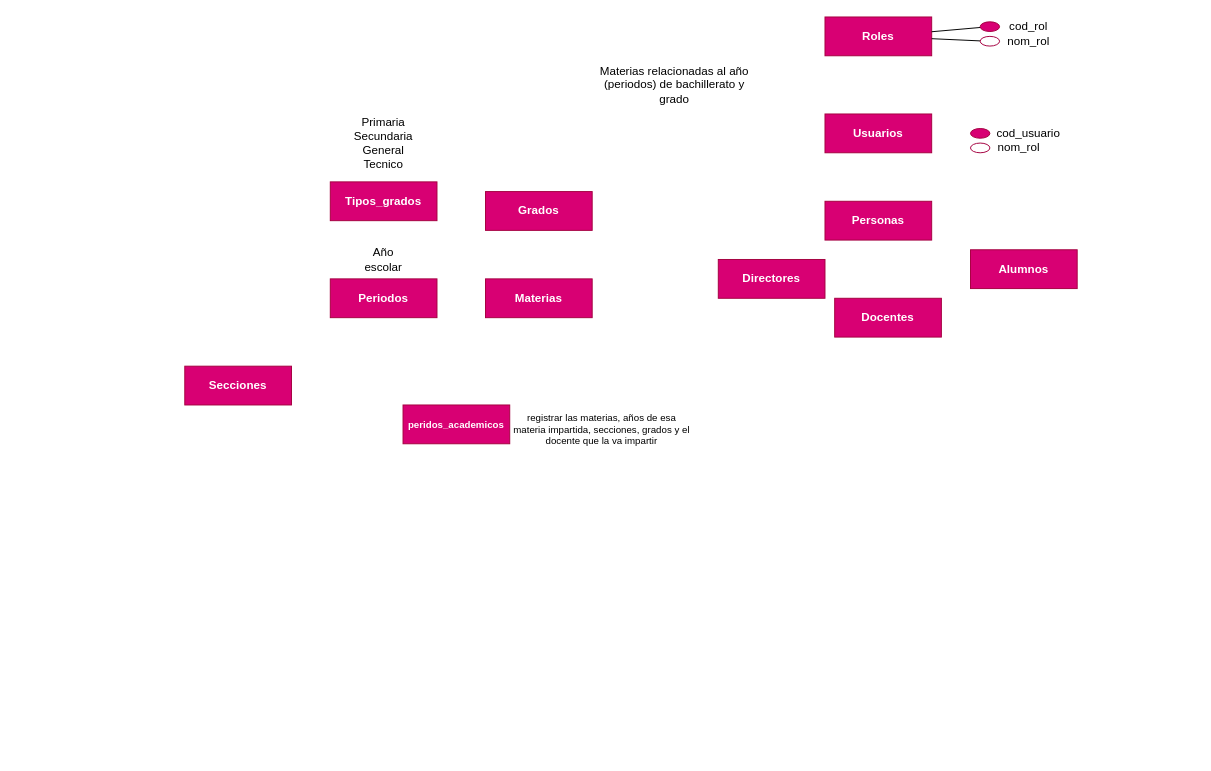
w-vasquez/dsiw2 keeps this draw.io diagram as dsiw2_diagrama_notas.drawio. Above is the earlier version. Source tidied: cells renumbered, new cells numbered last; positions are measured from the earlier drawing's top-left corner, leaving out a move shared by most shapes. Both pictures are drawn from the tidied source at 97%, with x=0, y=0 at pixel (184, 16).
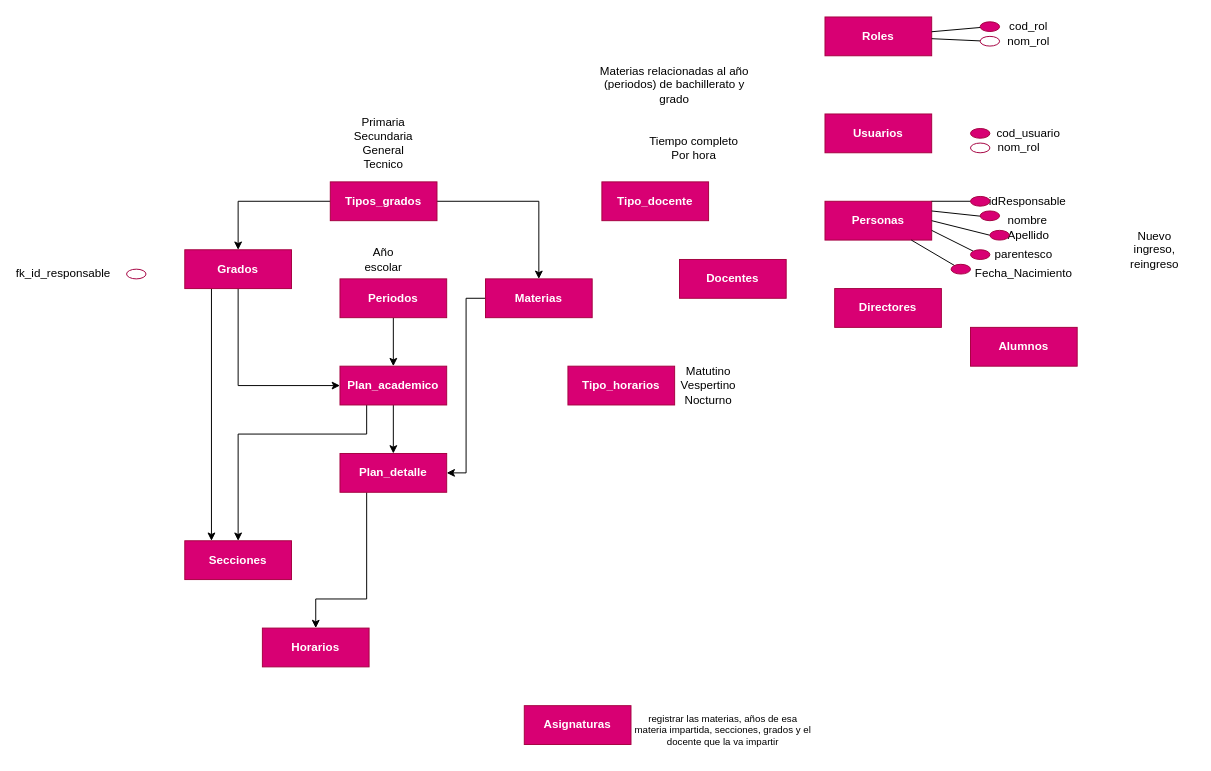
The same page after the edit.

Unchanged cells that the change refers to:
```xml
<mxCell id="4" value="Personas" style="rounded=0;whiteSpace=wrap;html=1;fillColor=#d80073;strokeColor=#A50040;fontColor=#ffffff;fontStyle=1;" parent="1" vertex="1">
  <mxGeometry x="660" y="190" width="110" height="40" as="geometry" />
</mxCell>
<mxCell id="19" value="Materias" style="rounded=0;whiteSpace=wrap;html=1;fillColor=#d80073;strokeColor=#A50040;fontColor=#ffffff;fontStyle=1;" parent="1" vertex="1">
  <mxGeometry x="310" y="270" width="110" height="40" as="geometry" />
</mxCell>
<mxCell id="26" value="Tipos_grados" style="rounded=0;whiteSpace=wrap;html=1;fillColor=#d80073;strokeColor=#A50040;fontColor=#ffffff;fontStyle=1;" parent="1" vertex="1">
  <mxGeometry x="150" y="170" width="110" height="40" as="geometry" />
</mxCell>
```

The edit, as a diff of the source:
```diff
@@
     <mxCell id="10" value="Docentes" style="rounded=0;whiteSpace=wrap;html=1;fillColor=#d80073;strokeColor=#A50040;fontColor=#ffffff;fontStyle=1;" parent="1" vertex="1">
-      <mxGeometry x="670" y="290" width="110" height="40" as="geometry" />
+      <mxGeometry x="510" y="250" width="110" height="40" as="geometry" />
     </mxCell>
     <mxCell id="11" value="Alumnos" style="rounded=0;whiteSpace=wrap;html=1;fillColor=#d80073;strokeColor=#A50040;fontColor=#ffffff;fontStyle=1;" parent="1" vertex="1">
-      <mxGeometry x="810" y="240" width="110" height="40" as="geometry" />
+      <mxGeometry x="810" y="320" width="110" height="40" as="geometry" />
     </mxCell>
     <mxCell id="12" value="Directores" style="rounded=0;whiteSpace=wrap;html=1;fillColor=#d80073;strokeColor=#A50040;fontColor=#ffffff;fontStyle=1;" parent="1" vertex="1">
-      <mxGeometry x="550" y="250" width="110" height="40" as="geometry" />
+      <mxGeometry x="670" y="280" width="110" height="40" as="geometry" />
     </mxCell>
@@
+    <mxCell id="29" style="edgeStyle=orthogonalEdgeStyle;rounded=0;jettySize=auto;html=1;entryX=1;entryY=0.5;entryDx=0;entryDy=0;fontSize=12;" parent="1" edge="1" source="19" target="45">
+      <mxGeometry relative="1" as="geometry" />
+    </mxCell>
@@
+    <mxCell id="30" style="edgeStyle=orthogonalEdgeStyle;rounded=0;jettySize=auto;html=1;exitX=0.5;exitY=1;exitDx=0;exitDy=0;entryX=0.5;entryY=0;entryDx=0;entryDy=0;fontSize=12;" parent="1" edge="1" source="20" target="43">
+      <mxGeometry relative="1" as="geometry" />
+    </mxCell>
     <mxCell id="20" value="Periodos" style="rounded=0;whiteSpace=wrap;html=1;fillColor=#d80073;strokeColor=#A50040;fontColor=#ffffff;fontStyle=1;" parent="1" vertex="1">
-      <mxGeometry x="150" y="270" width="110" height="40" as="geometry" />
+      <mxGeometry x="160" y="270" width="110" height="40" as="geometry" />
     </mxCell>
@@
     <mxCell id="23" value="Secciones" style="rounded=0;whiteSpace=wrap;html=1;fillColor=#d80073;strokeColor=#A50040;fontColor=#ffffff;fontStyle=1;" parent="1" vertex="1">
-      <mxGeometry y="360" width="110" height="40" as="geometry" />
+      <mxGeometry y="540" width="110" height="40" as="geometry" />
     </mxCell>
+    <mxCell id="31" style="edgeStyle=orthogonalEdgeStyle;rounded=0;jettySize=auto;html=1;exitX=0.5;exitY=1;exitDx=0;exitDy=0;entryX=0;entryY=0.5;entryDx=0;entryDy=0;fontSize=12;" parent="1" edge="1" source="24" target="43">
+      <mxGeometry relative="1" as="geometry" />
+    </mxCell>
+    <mxCell id="32" style="edgeStyle=orthogonalEdgeStyle;rounded=0;jettySize=auto;html=1;exitX=0.25;exitY=1;exitDx=0;exitDy=0;entryX=0.25;entryY=0;entryDx=0;entryDy=0;" parent="1" edge="1" source="24" target="23">
+      <mxGeometry relative="1" as="geometry" />
+    </mxCell>
     <mxCell id="24" value="Grados" style="rounded=0;whiteSpace=wrap;html=1;fillColor=#d80073;strokeColor=#A50040;fontColor=#ffffff;fontStyle=1;" parent="1" vertex="1">
-      <mxGeometry x="310" y="180" width="110" height="40" as="geometry" />
+      <mxGeometry y="240" width="110" height="40" as="geometry" />
     </mxCell>
-    <mxCell id="25" value="peridos_academicos" style="rounded=0;whiteSpace=wrap;html=1;fillColor=#d80073;strokeColor=#A50040;fontColor=#ffffff;fontStyle=1;fontSize=10;" parent="1" vertex="1">
-      <mxGeometry x="225" y="400" width="110" height="40" as="geometry" />
+    <mxCell id="25" value="Asignaturas" style="rounded=0;whiteSpace=wrap;html=1;fillColor=#d80073;strokeColor=#A50040;fontColor=#ffffff;fontStyle=1;fontSize=12;" parent="1" vertex="1">
+      <mxGeometry x="350" y="710" width="110" height="40" as="geometry" />
     </mxCell>
+    <mxCell id="33" style="edgeStyle=orthogonalEdgeStyle;rounded=0;jettySize=auto;html=1;entryX=0.5;entryY=0;entryDx=0;entryDy=0;" parent="1" edge="1" source="26" target="19">
+      <mxGeometry relative="1" as="geometry" />
+    </mxCell>
+    <mxCell id="34" style="edgeStyle=orthogonalEdgeStyle;rounded=0;jettySize=auto;html=1;" parent="1" edge="1" source="26" target="24">
+      <mxGeometry relative="1" as="geometry" />
+    </mxCell>
@@
     <mxCell id="28" value="registrar las materias, años de esa materia impartida, secciones, grados&amp;nbsp;y el docente que la va impartir" style="text;html=1;strokeColor=none;fillColor=none;align=center;verticalAlign=middle;whiteSpace=wrap;rounded=0;fontSize=10;" parent="1" vertex="1">
-      <mxGeometry x="335" y="400" width="190" height="50" as="geometry" />
+      <mxGeometry x="460" y="710" width="190" height="50" as="geometry" />
     </mxCell>
+    <mxCell id="35" value="Horarios" style="rounded=0;whiteSpace=wrap;html=1;fillColor=#d80073;strokeColor=#A50040;fontColor=#ffffff;fontStyle=1;" parent="1" vertex="1">
+      <mxGeometry x="80" y="630" width="110" height="40" as="geometry" />
+    </mxCell>
+    <mxCell id="36" value="Tipo_horarios" style="rounded=0;whiteSpace=wrap;html=1;fillColor=#d80073;strokeColor=#A50040;fontColor=#ffffff;fontStyle=1;" parent="1" vertex="1">
+      <mxGeometry x="395" y="360" width="110" height="40" as="geometry" />
+    </mxCell>
+    <mxCell id="37" value="Matutino&lt;br&gt;Vespertino&lt;br&gt;Nocturno" style="text;html=1;strokeColor=none;fillColor=none;align=center;verticalAlign=middle;whiteSpace=wrap;rounded=0;" parent="1" vertex="1">
+      <mxGeometry x="520" y="370" width="40" height="20" as="geometry" />
+    </mxCell>
+    <mxCell id="38" value="Tipo_docente" style="rounded=0;whiteSpace=wrap;html=1;fillColor=#d80073;strokeColor=#A50040;fontColor=#ffffff;fontStyle=1;" parent="1" vertex="1">
+      <mxGeometry x="430" y="170" width="110" height="40" as="geometry" />
+    </mxCell>
+    <mxCell id="39" value="Tiempo completo&lt;br&gt;Por hora" style="text;html=1;strokeColor=none;fillColor=none;align=center;verticalAlign=middle;whiteSpace=wrap;rounded=0;fontSize=12;" parent="1" vertex="1">
+      <mxGeometry x="450" y="125" width="150" height="20" as="geometry" />
+    </mxCell>
+    <mxCell id="40" value="Nuevo ingreso, reingreso" style="text;html=1;strokeColor=none;fillColor=none;align=center;verticalAlign=middle;whiteSpace=wrap;rounded=0;fontSize=12;" parent="1" vertex="1">
+      <mxGeometry x="960" y="230" width="80" height="20" as="geometry" />
+    </mxCell>
+    <mxCell id="41" style="edgeStyle=orthogonalEdgeStyle;rounded=0;jettySize=auto;html=1;fontSize=12;" parent="1" edge="1" source="43" target="45">
+      <mxGeometry relative="1" as="geometry" />
+    </mxCell>
+    <mxCell id="42" style="edgeStyle=orthogonalEdgeStyle;rounded=0;jettySize=auto;html=1;exitX=0.25;exitY=1;exitDx=0;exitDy=0;entryX=0.5;entryY=0;entryDx=0;entryDy=0;" parent="1" edge="1" source="43" target="23">
+      <mxGeometry relative="1" as="geometry">
+        <Array as="points">
+          <mxPoint x="188" y="430" />
+          <mxPoint x="55" y="430" />
+        </Array>
+      </mxGeometry>
+    </mxCell>
+    <mxCell id="43" value="Plan_academico" style="rounded=0;whiteSpace=wrap;html=1;fillColor=#d80073;strokeColor=#A50040;fontColor=#ffffff;fontStyle=1;" parent="1" vertex="1">
+      <mxGeometry x="160" y="360" width="110" height="40" as="geometry" />
+    </mxCell>
+    <mxCell id="44" style="edgeStyle=orthogonalEdgeStyle;rounded=0;jettySize=auto;html=1;exitX=0.25;exitY=1;exitDx=0;exitDy=0;entryX=0.5;entryY=0;entryDx=0;entryDy=0;" parent="1" edge="1" source="45" target="35">
+      <mxGeometry relative="1" as="geometry">
+        <Array as="points">
+          <mxPoint x="188" y="600" />
+          <mxPoint x="135" y="600" />
+        </Array>
+      </mxGeometry>
+    </mxCell>
+    <mxCell id="45" value="Plan_detalle" style="rounded=0;whiteSpace=wrap;html=1;fillColor=#d80073;strokeColor=#A50040;fontColor=#ffffff;fontStyle=1;" parent="1" vertex="1">
+      <mxGeometry x="160" y="450" width="110" height="40" as="geometry" />
+    </mxCell>
+    <mxCell id="46" style="ellipse;whiteSpace=wrap;html=1;strokeColor=#A50040;fontColor=#ffffff;fillColor=#FFFFFF;" parent="1" vertex="1">
+      <mxGeometry x="-60" y="260" width="20" height="10" as="geometry" />
+    </mxCell>
+    <mxCell id="47" value="fk_id_responsable" style="text;html=1;strokeColor=none;fillColor=none;align=center;verticalAlign=middle;whiteSpace=wrap;rounded=0;fontSize=12;" parent="1" vertex="1">
+      <mxGeometry x="-170" y="255" width="90" height="20" as="geometry" />
+    </mxCell>
+    <mxCell id="48" value="idResponsable" style="text;html=1;strokeColor=none;fillColor=none;align=center;verticalAlign=middle;whiteSpace=wrap;rounded=0;" parent="1" vertex="1">
+      <mxGeometry x="829" y="180" width="80" height="20" as="geometry" />
+    </mxCell>
+    <mxCell id="49" style="rounded=0;jettySize=auto;html=1;fontSize=10;sketch=0;shadow=0;endArrow=none;endFill=0;entryX=1;entryY=0;entryDx=0;entryDy=0;" parent="1" edge="1" source="58" target="4">
+      <mxGeometry relative="1" as="geometry" />
+    </mxCell>
+    <mxCell id="50" value="nombre" style="text;html=1;strokeColor=none;fillColor=none;align=center;verticalAlign=middle;whiteSpace=wrap;rounded=0;" parent="1" vertex="1">
+      <mxGeometry x="829" y="200" width="80" height="20" as="geometry" />
+    </mxCell>
+    <mxCell id="51" value="Apellido" style="text;html=1;strokeColor=none;fillColor=none;align=center;verticalAlign=middle;whiteSpace=wrap;rounded=0;" parent="1" vertex="1">
+      <mxGeometry x="830" y="215" width="80" height="20" as="geometry" />
+    </mxCell>
+    <mxCell id="52" value="Fecha_Nacimiento" style="text;html=1;strokeColor=none;fillColor=none;align=center;verticalAlign=middle;whiteSpace=wrap;rounded=0;" parent="1" vertex="1">
+      <mxGeometry x="825" y="255" width="80" height="20" as="geometry" />
+    </mxCell>
+    <mxCell id="53" style="edgeStyle=none;rounded=0;sketch=0;orthogonalLoop=1;jettySize=auto;html=1;shadow=0;endArrow=none;endFill=0;fontSize=10;" parent="1" edge="1">
+      <mxGeometry relative="1" as="geometry">
+        <mxPoint x="826" y="206" as="sourcePoint" />
+        <mxPoint x="770" y="200" as="targetPoint" />
+      </mxGeometry>
+    </mxCell>
+    <mxCell id="54" style="edgeStyle=none;rounded=0;sketch=0;jettySize=auto;html=1;shadow=0;endArrow=none;endFill=0;fontSize=10;exitX=0;exitY=0.5;exitDx=0;exitDy=0;entryX=1;entryY=0.5;entryDx=0;entryDy=0;" parent="1" edge="1" source="57" target="4">
+      <mxGeometry relative="1" as="geometry" />
+    </mxCell>
+    <mxCell id="55" style="edgeStyle=none;rounded=0;sketch=0;jettySize=auto;html=1;shadow=0;endArrow=none;endFill=0;fontSize=10;exitX=0;exitY=0;exitDx=0;exitDy=0;" parent="1" edge="1" source="61">
+      <mxGeometry relative="1" as="geometry">
+        <mxPoint x="770" y="220" as="targetPoint" />
+      </mxGeometry>
+    </mxCell>
+    <mxCell id="56" style="edgeStyle=none;rounded=0;sketch=0;jettySize=auto;html=1;shadow=0;endArrow=none;endFill=0;fontSize=10;" parent="1" edge="1" target="4">
+      <mxGeometry relative="1" as="geometry">
+        <mxPoint x="800" y="260" as="sourcePoint" />
+      </mxGeometry>
+    </mxCell>
+    <mxCell id="57" style="ellipse;whiteSpace=wrap;html=1;strokeColor=#A50040;fontColor=#ffffff;fillColor=#d80073;" parent="1" vertex="1">
+      <mxGeometry x="830" y="220" width="20" height="10" as="geometry" />
+    </mxCell>
+    <mxCell id="58" style="ellipse;whiteSpace=wrap;html=1;strokeColor=#A50040;fontColor=#ffffff;fillColor=#d80073;" parent="1" vertex="1">
+      <mxGeometry x="810" y="185" width="20" height="10" as="geometry" />
+    </mxCell>
+    <mxCell id="59" style="ellipse;whiteSpace=wrap;html=1;strokeColor=#A50040;fontColor=#ffffff;fillColor=#d80073;" parent="1" vertex="1">
+      <mxGeometry x="820" y="200" width="20" height="10" as="geometry" />
+    </mxCell>
+    <mxCell id="60" style="ellipse;whiteSpace=wrap;html=1;strokeColor=#A50040;fontColor=#ffffff;fillColor=#d80073;" parent="1" vertex="1">
+      <mxGeometry x="790" y="255" width="20" height="10" as="geometry" />
+    </mxCell>
+    <mxCell id="61" style="ellipse;whiteSpace=wrap;html=1;strokeColor=#A50040;fontColor=#ffffff;fillColor=#d80073;" parent="1" vertex="1">
+      <mxGeometry x="810" y="240" width="20" height="10" as="geometry" />
+    </mxCell>
+    <mxCell id="62" value="parentesco" style="text;html=1;strokeColor=none;fillColor=none;align=center;verticalAlign=middle;whiteSpace=wrap;rounded=0;" parent="1" vertex="1">
+      <mxGeometry x="825" y="235" width="80" height="20" as="geometry" />
+    </mxCell>
```
